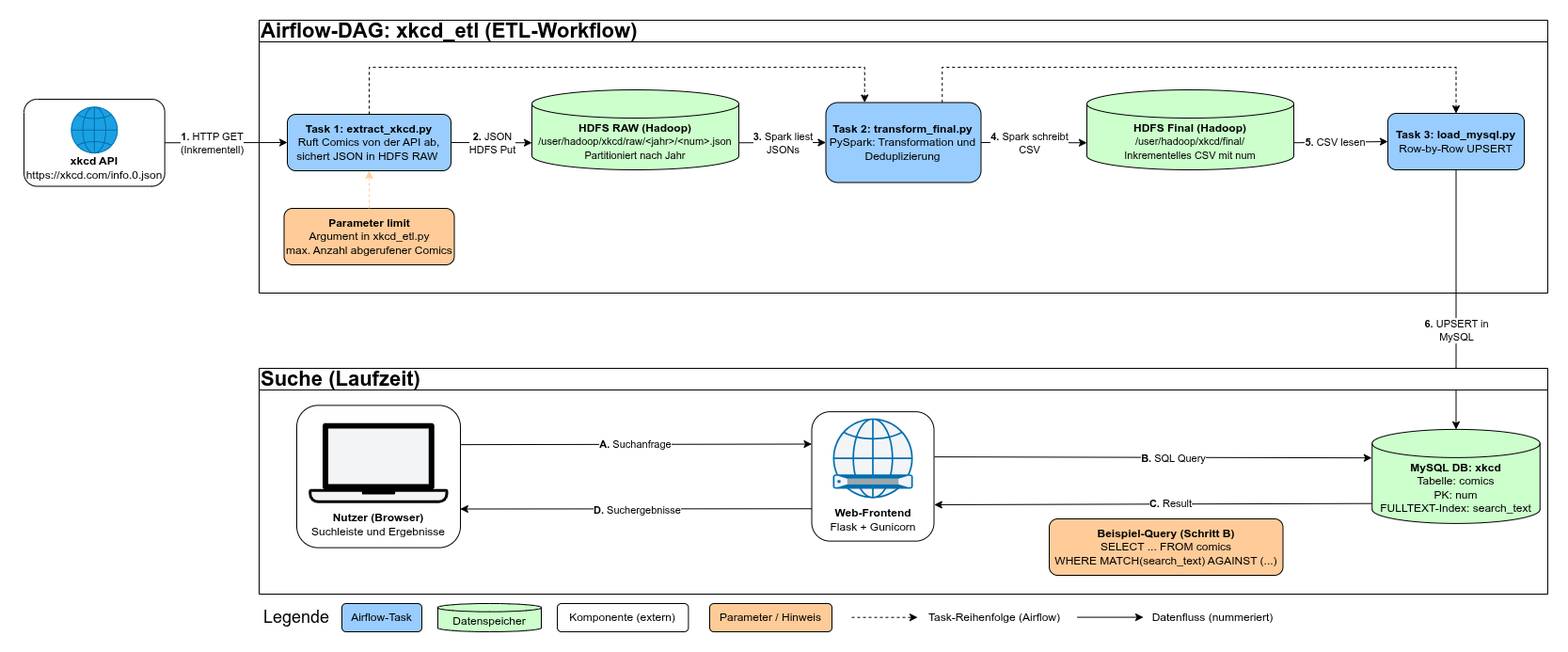
This is docs/fig_architektur.png from inf24234/xkcd-search-database, a draw.io export, as it was before one commit. Source tidied: cells renumbered, new cells last; positions are measured from the earlier drawing's top-left corner, leaving out a move shared by most shapes.
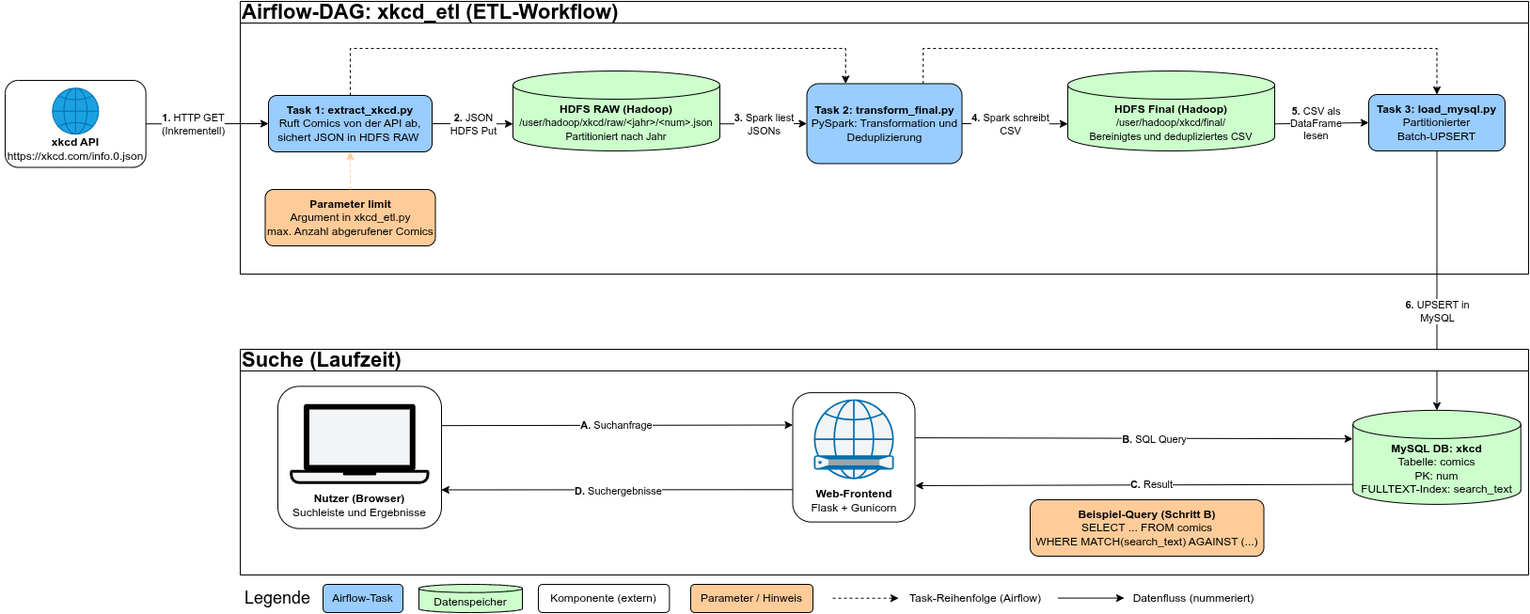
Later version of the same file.

The edit, as a diff of the source:
```diff
@@ -44,19 +44,19 @@
         <mxPoint x="20" y="-1" as="offset" />
       </mxGeometry>
     </mxCell>
-    <mxCell id="14" value="&lt;b&gt;HDFS Final (Hadoop)&lt;/b&gt;&lt;div&gt;&lt;font style=&quot;font-size: 11px;&quot;&gt;/user/hadoop/xkcd/final/&lt;br&gt;Inkrementelles CSV mit num&lt;/font&gt;&lt;/div&gt;" style="shape=cylinder3;whiteSpace=wrap;html=1;boundedLbl=1;backgroundOutline=1;size=15;fillColor=#CCFFCC;" parent="2" vertex="1">
+    <mxCell id="14" value="&lt;b&gt;HDFS Final (Hadoop)&lt;/b&gt;&lt;div&gt;&lt;font style=&quot;font-size: 11px;&quot;&gt;/user/hadoop/xkcd/final/&lt;br&gt;Bereinigtes und dedupliziertes CSV&lt;/font&gt;&lt;/div&gt;" style="shape=cylinder3;whiteSpace=wrap;html=1;boundedLbl=1;backgroundOutline=1;size=15;fillColor=#CCFFCC;" parent="2" vertex="1">
       <mxGeometry x="880" y="74" width="220" height="85" as="geometry" />
     </mxCell>
     <mxCell id="15" style="group;" parent="2" vertex="1">
       <mxGeometry x="1200" y="99" width="145" height="60" as="geometry" />
     </mxCell>
-    <mxCell id="16" value="&lt;b&gt;Task 3: load_mysql.py&lt;/b&gt;&lt;br&gt;Row-by-Row UPSERT" style="rounded=1;whiteSpace=wrap;html=1;fillColor=#99CCFF;" parent="15" vertex="1">
+    <mxCell id="16" value="&lt;b&gt;Task 3: load_mysql.py&lt;/b&gt;&lt;br&gt;Partitionierter&lt;br&gt;Batch-UPSERT" style="rounded=1;whiteSpace=wrap;html=1;fillColor=#99CCFF;" parent="15" vertex="1">
       <mxGeometry width="145" height="60" as="geometry" />
     </mxCell>
     <mxCell id="17" style="endArrow=classic;html=1;rounded=0;exitX=1;exitY=0;exitDx=0;exitDy=56.25;exitPerimeter=0;entryX=0;entryY=0.5;entryDx=0;entryDy=0;" parent="2" edge="1" source="14" target="16">
       <mxGeometry relative="1" as="geometry" />
     </mxCell>
-    <mxCell id="18" value="&lt;b&gt;5.&lt;/b&gt; CSV lesen" style="edgeLabel;html=1;align=center;verticalAlign=middle;" parent="17" vertex="1">
+    <mxCell id="18" value="&lt;b&gt;5.&lt;/b&gt; CSV als&lt;br&gt;DataFrame&lt;br&gt;lesen" style="edgeLabel;html=1;align=center;verticalAlign=middle;" parent="17" vertex="1">
       <mxGeometry x="-0.45" y="-1" relative="1" as="geometry">
         <mxPoint x="15" y="-1" as="offset" />
       </mxGeometry>
```
